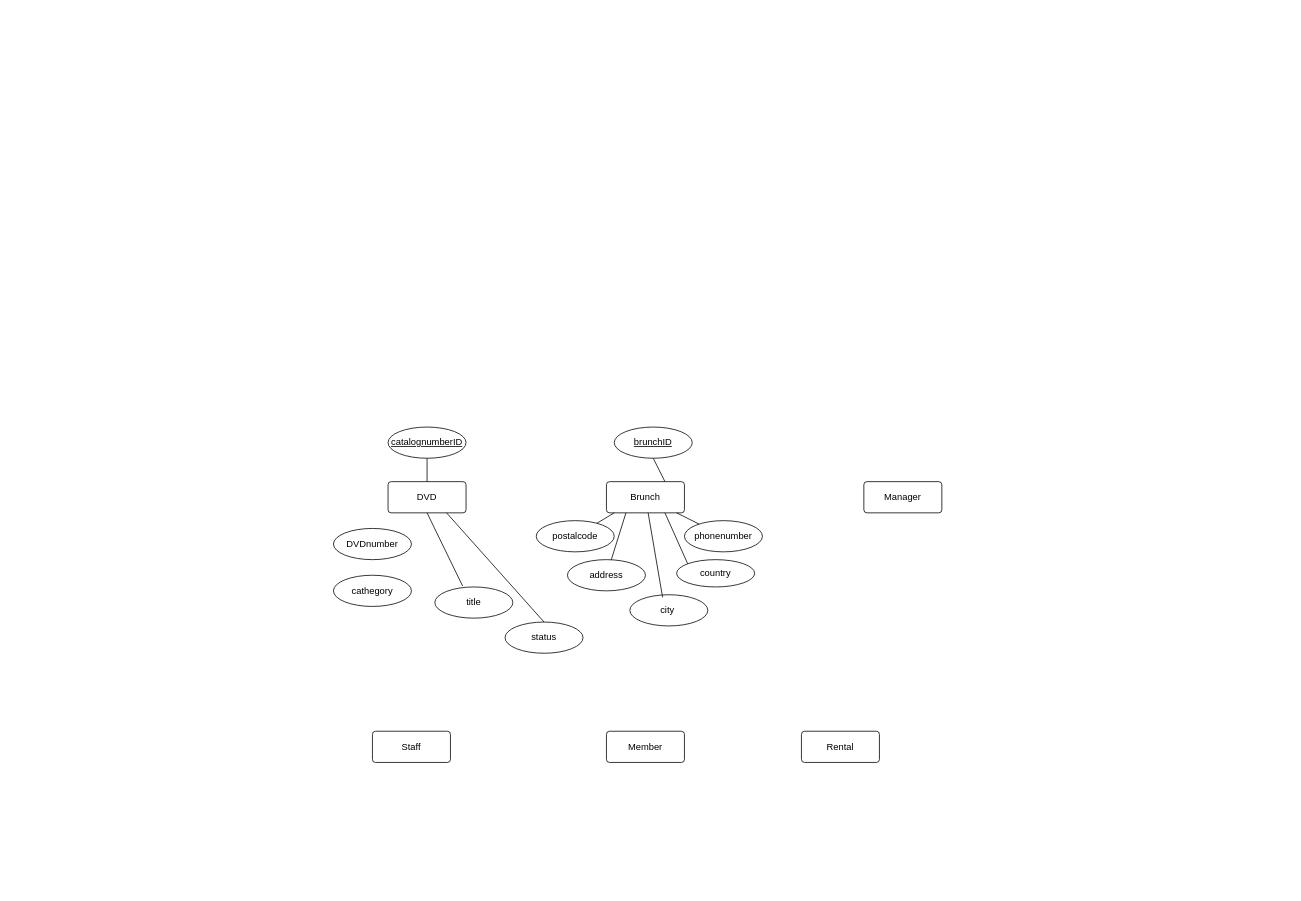
Above: page "Page-1" (1 of 2) of Untitled Diagram.drawio in Monika0070/digitech (draw.io), before the change. Source tidied: cells renumbered, new cells numbered last; positions are measured from the earlier drawing's top-left corner, leaving out a move shared by most shapes. Both pictures are drawn from the tidied source at 78%, with x=0, y=0 at pixel (333, 427).
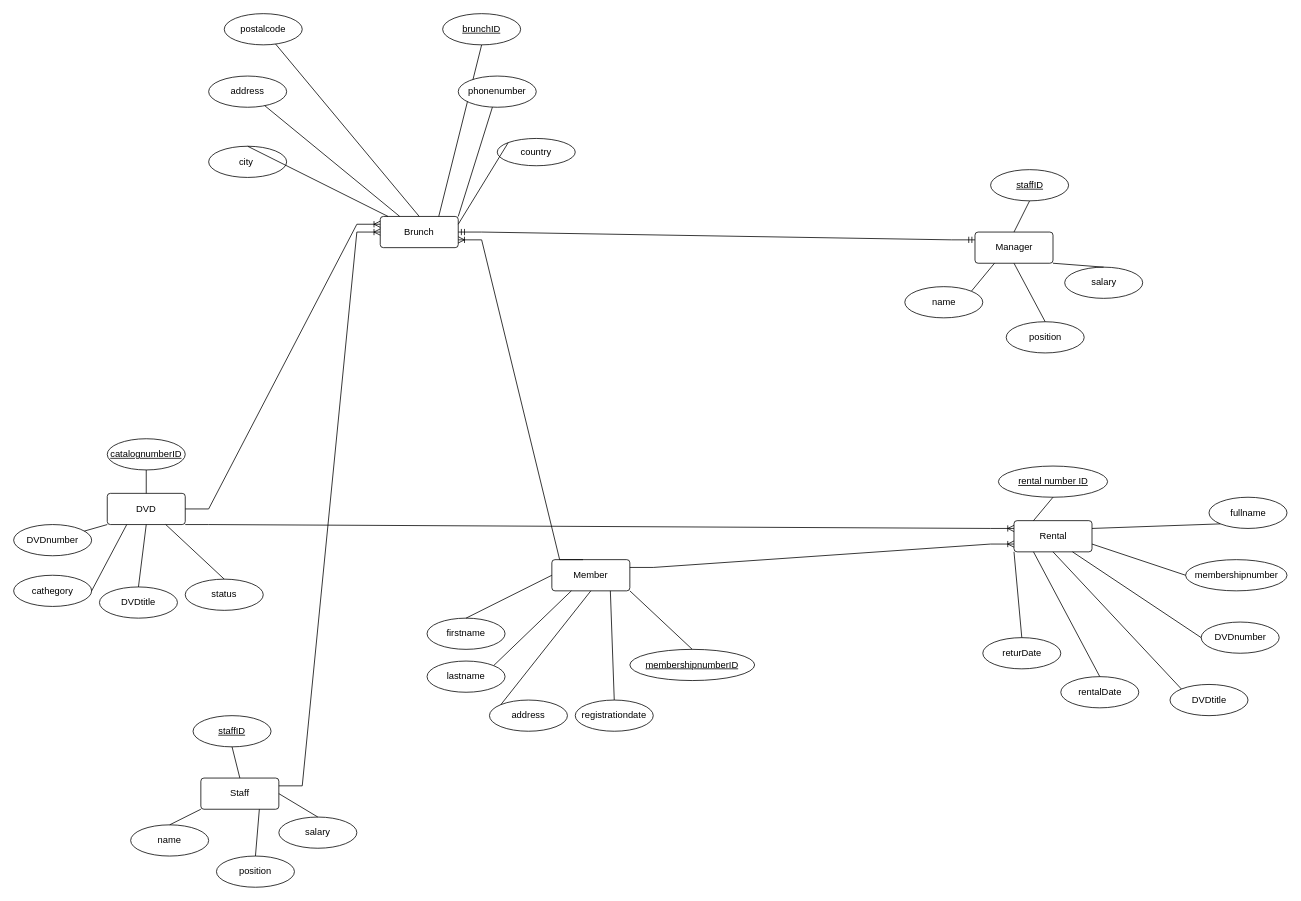
The same page after the edit.

The edit, as a diff of the source:
```diff
@@
     <mxCell id="2" value="DVD" style="rounded=1;arcSize=10;whiteSpace=wrap;html=1;align=center;" parent="1" vertex="1">
-      <mxGeometry x="70" y="70" width="100" height="40" as="geometry" />
+      <mxGeometry x="-290" y="85" width="100" height="40" as="geometry" />
     </mxCell>
     <mxCell id="3" value="Brunch" style="rounded=1;arcSize=10;whiteSpace=wrap;html=1;align=center;" parent="1" vertex="1">
-      <mxGeometry x="350" y="70" width="100" height="40" as="geometry" />
+      <mxGeometry x="60" y="-270" width="100" height="40" as="geometry" />
     </mxCell>
     <mxCell id="4" value="Manager" style="rounded=1;arcSize=10;whiteSpace=wrap;html=1;align=center;" parent="1" vertex="1">
-      <mxGeometry x="680" y="70" width="100" height="40" as="geometry" />
+      <mxGeometry x="822.5" y="-250" width="100" height="40" as="geometry" />
     </mxCell>
     <mxCell id="5" value="Staff" style="rounded=1;arcSize=10;whiteSpace=wrap;html=1;align=center;" parent="1" vertex="1">
-      <mxGeometry x="50" y="390" width="100" height="40" as="geometry" />
+      <mxGeometry x="-170" y="450" width="100" height="40" as="geometry" />
     </mxCell>
     <mxCell id="6" value="Member" style="rounded=1;arcSize=10;whiteSpace=wrap;html=1;align=center;" parent="1" vertex="1">
-      <mxGeometry x="350" y="390" width="100" height="40" as="geometry" />
+      <mxGeometry x="280" y="170" width="100" height="40" as="geometry" />
     </mxCell>
     <mxCell id="7" value="Rental" style="rounded=1;arcSize=10;whiteSpace=wrap;html=1;align=center;" parent="1" vertex="1">
-      <mxGeometry x="600" y="390" width="100" height="40" as="geometry" />
+      <mxGeometry x="872.5" y="120" width="100" height="40" as="geometry" />
     </mxCell>
     <mxCell id="8" value="brunchID" style="ellipse;whiteSpace=wrap;html=1;align=center;fontStyle=4;" parent="1" vertex="1">
-      <mxGeometry x="360" width="100" height="40" as="geometry" />
+      <mxGeometry x="140" y="-530" width="100" height="40" as="geometry" />
     </mxCell>
@@
     <mxCell id="10" value="address" style="ellipse;whiteSpace=wrap;html=1;align=center;" parent="1" vertex="1">
-      <mxGeometry x="300" y="170" width="100" height="40" as="geometry" />
+      <mxGeometry x="-160" y="-450" width="100" height="40" as="geometry" />
     </mxCell>
     <mxCell id="11" value="postalcode" style="ellipse;whiteSpace=wrap;html=1;align=center;" parent="1" vertex="1">
-      <mxGeometry x="260" y="120" width="100" height="40" as="geometry" />
+      <mxGeometry x="-140" y="-530" width="100" height="40" as="geometry" />
     </mxCell>
     <mxCell id="12" value="city&amp;nbsp;" style="ellipse;whiteSpace=wrap;html=1;align=center;" parent="1" vertex="1">
-      <mxGeometry x="380" y="215" width="100" height="40" as="geometry" />
+      <mxGeometry x="-160" y="-360" width="100" height="40" as="geometry" />
     </mxCell>
     <mxCell id="13" value="country" style="ellipse;whiteSpace=wrap;html=1;align=center;" parent="1" vertex="1">
-      <mxGeometry x="440" y="170" width="100" height="35" as="geometry" />
+      <mxGeometry x="210" y="-370" width="100" height="35" as="geometry" />
     </mxCell>
     <mxCell id="14" value="phonenumber" style="ellipse;whiteSpace=wrap;html=1;align=center;" parent="1" vertex="1">
-      <mxGeometry x="450" y="120" width="100" height="40" as="geometry" />
+      <mxGeometry x="160" y="-450" width="100" height="40" as="geometry" />
     </mxCell>
-    <mxCell id="15" style="endArrow=none;html=1;rounded=0;entryX=0.42;entryY=0.085;entryDx=0;entryDy=0;entryPerimeter=0;" parent="1" edge="1" source="3" target="12">
+    <mxCell id="15" style="endArrow=none;html=1;rounded=0;entryX=0.5;entryY=0;entryDx=0;entryDy=0;" parent="1" edge="1" source="3" target="12">
       <mxGeometry relative="1" as="geometry" />
     </mxCell>
-    <mxCell id="16" style="endArrow=none;html=1;rounded=0;exitX=0.9;exitY=1;exitDx=0;exitDy=0;exitPerimeter=0;" parent="1" edge="1" source="3" target="14">
+    <mxCell id="16" style="endArrow=none;html=1;rounded=0;exitX=1;exitY=0;exitDx=0;exitDy=0;" parent="1" edge="1" source="3" target="14">
       <mxGeometry relative="1" as="geometry" />
     </mxCell>
-    <mxCell id="17" style="endArrow=none;html=1;rounded=0;exitX=0.75;exitY=1;exitDx=0;exitDy=0;entryX=0;entryY=0;entryDx=0;entryDy=0;" parent="1" edge="1" source="3" target="13">
+    <mxCell id="17" style="endArrow=none;html=1;rounded=0;exitX=1;exitY=0.25;exitDx=0;exitDy=0;entryX=0;entryY=0;entryDx=0;entryDy=0;" parent="1" edge="1" source="3" target="13">
       <mxGeometry relative="1" as="geometry" />
     </mxCell>
-    <mxCell id="18" style="endArrow=none;html=1;rounded=0;exitX=0.25;exitY=1;exitDx=0;exitDy=0;" parent="1" edge="1" source="3" target="10">
+    <mxCell id="18" style="endArrow=none;html=1;rounded=0;exitX=0.25;exitY=0;exitDx=0;exitDy=0;" parent="1" edge="1" source="3" target="10">
       <mxGeometry relative="1" as="geometry" />
     </mxCell>
-    <mxCell id="19" style="endArrow=none;html=1;rounded=0;" parent="1" edge="1" target="11">
-      <mxGeometry relative="1" as="geometry">
-        <mxPoint x="360" y="110" as="sourcePoint" />
-      </mxGeometry>
+    <mxCell id="19" style="endArrow=none;html=1;rounded=0;exitX=0.5;exitY=0;exitDx=0;exitDy=0;" parent="1" edge="1" source="3" target="11">
+      <mxGeometry relative="1" as="geometry" />
     </mxCell>
     <mxCell id="20" value="catalognumberID" style="ellipse;whiteSpace=wrap;html=1;align=center;fontStyle=4;" parent="1" vertex="1">
-      <mxGeometry x="70" width="100" height="40" as="geometry" />
+      <mxGeometry x="-290" y="15" width="100" height="40" as="geometry" />
     </mxCell>
@@
     <mxCell id="22" value="DVDnumber" style="ellipse;whiteSpace=wrap;html=1;align=center;" parent="1" vertex="1">
-      <mxGeometry y="130" width="100" height="40" as="geometry" />
+      <mxGeometry x="-410" y="125" width="100" height="40" as="geometry" />
     </mxCell>
     <mxCell id="23" value="cathegory" style="ellipse;whiteSpace=wrap;html=1;align=center;" parent="1" vertex="1">
-      <mxGeometry y="190" width="100" height="40" as="geometry" />
+      <mxGeometry x="-410" y="190" width="100" height="40" as="geometry" />
     </mxCell>
-    <mxCell id="24" value="title" style="ellipse;whiteSpace=wrap;html=1;align=center;" parent="1" vertex="1">
-      <mxGeometry x="130" y="205" width="100" height="40" as="geometry" />
+    <mxCell id="24" value="DVDtitle" style="ellipse;whiteSpace=wrap;html=1;align=center;" parent="1" vertex="1">
+      <mxGeometry x="-300" y="205" width="100" height="40" as="geometry" />
     </mxCell>
     <mxCell id="25" value="status" style="ellipse;whiteSpace=wrap;html=1;align=center;" parent="1" vertex="1">
-      <mxGeometry x="220" y="250" width="100" height="40" as="geometry" />
+      <mxGeometry x="-190" y="195" width="100" height="40" as="geometry" />
     </mxCell>
-    <mxCell id="26" style="endArrow=none;html=1;rounded=0;entryX=0.356;entryY=-0.03;entryDx=0;entryDy=0;entryPerimeter=0;exitX=0.5;exitY=1;exitDx=0;exitDy=0;" parent="1" edge="1" source="2" target="24">
+    <mxCell id="26" style="endArrow=none;html=1;rounded=0;entryX=0.5;entryY=0;entryDx=0;entryDy=0;exitX=0.5;exitY=1;exitDx=0;exitDy=0;" parent="1" edge="1" source="2" target="24">
       <mxGeometry relative="1" as="geometry" />
     </mxCell>
@@
+    <mxCell id="28" style="endArrow=none;html=1;rounded=0;entryX=0;entryY=1;entryDx=0;entryDy=0;" parent="1" edge="1" source="22" target="2">
+      <mxGeometry relative="1" as="geometry" />
+    </mxCell>
+    <mxCell id="29" style="endArrow=none;html=1;rounded=0;exitX=1;exitY=0.5;exitDx=0;exitDy=0;entryX=0.25;entryY=1;entryDx=0;entryDy=0;" parent="1" edge="1" source="23" target="2">
+      <mxGeometry relative="1" as="geometry" />
+    </mxCell>
+    <mxCell id="30" value="staffID" style="ellipse;whiteSpace=wrap;html=1;align=center;fontStyle=4;" parent="1" vertex="1">
+      <mxGeometry x="-180" y="370" width="100" height="40" as="geometry" />
+    </mxCell>
+    <mxCell id="31" value="salary" style="ellipse;whiteSpace=wrap;html=1;align=center;" parent="1" vertex="1">
+      <mxGeometry x="-70" y="500" width="100" height="40" as="geometry" />
+    </mxCell>
+    <mxCell id="32" value="position" style="ellipse;whiteSpace=wrap;html=1;align=center;" parent="1" vertex="1">
+      <mxGeometry x="-150" y="550" width="100" height="40" as="geometry" />
+    </mxCell>
+    <mxCell id="33" value="name" style="ellipse;whiteSpace=wrap;html=1;align=center;" parent="1" vertex="1">
+      <mxGeometry x="-260" y="510" width="100" height="40" as="geometry" />
+    </mxCell>
+    <mxCell id="34" style="endArrow=none;html=1;rounded=0;exitX=0.5;exitY=0;exitDx=0;exitDy=0;entryX=0.5;entryY=1;entryDx=0;entryDy=0;" parent="1" edge="1" source="5" target="30">
+      <mxGeometry relative="1" as="geometry" />
+    </mxCell>
+    <mxCell id="35" style="endArrow=none;html=1;rounded=0;exitX=0.5;exitY=0;exitDx=0;exitDy=0;entryX=1;entryY=0.5;entryDx=0;entryDy=0;" parent="1" edge="1" source="31" target="5">
+      <mxGeometry relative="1" as="geometry" />
+    </mxCell>
+    <mxCell id="36" style="endArrow=none;html=1;rounded=0;exitX=0.5;exitY=0;exitDx=0;exitDy=0;entryX=0.75;entryY=1;entryDx=0;entryDy=0;" parent="1" edge="1" source="32" target="5">
+      <mxGeometry relative="1" as="geometry" />
+    </mxCell>
+    <mxCell id="37" style="endArrow=none;html=1;rounded=0;exitX=0.5;exitY=0;exitDx=0;exitDy=0;entryX=0;entryY=1;entryDx=0;entryDy=0;" parent="1" edge="1" source="33" target="5">
+      <mxGeometry relative="1" as="geometry" />
+    </mxCell>
+    <mxCell id="38" value="membershipnumberID" style="ellipse;whiteSpace=wrap;html=1;align=center;fontStyle=4;" parent="1" vertex="1">
+      <mxGeometry x="380" y="285" width="160" height="40" as="geometry" />
+    </mxCell>
+    <mxCell id="39" value="registrationdate" style="ellipse;whiteSpace=wrap;html=1;align=center;" parent="1" vertex="1">
+      <mxGeometry x="310" y="350" width="100" height="40" as="geometry" />
+    </mxCell>
+    <mxCell id="40" value="address" style="ellipse;whiteSpace=wrap;html=1;align=center;" parent="1" vertex="1">
+      <mxGeometry x="200" y="350" width="100" height="40" as="geometry" />
+    </mxCell>
+    <mxCell id="41" value="lastname" style="ellipse;whiteSpace=wrap;html=1;align=center;" parent="1" vertex="1">
+      <mxGeometry x="120" y="300" width="100" height="40" as="geometry" />
+    </mxCell>
+    <mxCell id="42" value="firstname" style="ellipse;whiteSpace=wrap;html=1;align=center;" parent="1" vertex="1">
+      <mxGeometry x="120" y="245" width="100" height="40" as="geometry" />
+    </mxCell>
+    <mxCell id="43" style="endArrow=none;html=1;rounded=0;exitX=1;exitY=1;exitDx=0;exitDy=0;entryX=0.5;entryY=0;entryDx=0;entryDy=0;" parent="1" edge="1" source="6" target="38">
+      <mxGeometry relative="1" as="geometry" />
+    </mxCell>
+    <mxCell id="44" style="endArrow=none;html=1;rounded=0;exitX=0.5;exitY=0;exitDx=0;exitDy=0;entryX=0;entryY=0.5;entryDx=0;entryDy=0;" parent="1" edge="1" source="42" target="6">
+      <mxGeometry relative="1" as="geometry" />
+    </mxCell>
+    <mxCell id="45" style="endArrow=none;html=1;rounded=0;entryX=1;entryY=0;entryDx=0;entryDy=0;exitX=0.25;exitY=1;exitDx=0;exitDy=0;" parent="1" edge="1" source="6" target="41">
+      <mxGeometry relative="1" as="geometry" />
+    </mxCell>
+    <mxCell id="46" style="endArrow=none;html=1;rounded=0;entryX=0;entryY=0;entryDx=0;entryDy=0;exitX=0.5;exitY=1;exitDx=0;exitDy=0;" parent="1" edge="1" source="6" target="40">
+      <mxGeometry relative="1" as="geometry" />
+    </mxCell>
+    <mxCell id="47" style="endArrow=none;html=1;rounded=0;entryX=0.5;entryY=0;entryDx=0;entryDy=0;exitX=0.75;exitY=1;exitDx=0;exitDy=0;" parent="1" edge="1" source="6" target="39">
+      <mxGeometry relative="1" as="geometry" />
+    </mxCell>
+    <mxCell id="48" value="rental number ID" style="ellipse;whiteSpace=wrap;html=1;align=center;fontStyle=4;" parent="1" vertex="1">
+      <mxGeometry x="852.5" y="50" width="140" height="40" as="geometry" />
+    </mxCell>
+    <mxCell id="49" value="returDate" style="ellipse;whiteSpace=wrap;html=1;align=center;" parent="1" vertex="1">
+      <mxGeometry x="832.5" y="270" width="100" height="40" as="geometry" />
+    </mxCell>
+    <mxCell id="50" value="rentalDate" style="ellipse;whiteSpace=wrap;html=1;align=center;" parent="1" vertex="1">
+      <mxGeometry x="932.5" y="320" width="100" height="40" as="geometry" />
+    </mxCell>
+    <mxCell id="51" value="DVDtitle" style="ellipse;whiteSpace=wrap;html=1;align=center;" parent="1" vertex="1">
+      <mxGeometry x="1072.5" y="330" width="100" height="40" as="geometry" />
+    </mxCell>
+    <mxCell id="52" value="DVDnumber" style="ellipse;whiteSpace=wrap;html=1;align=center;" parent="1" vertex="1">
+      <mxGeometry x="1112.5" y="250" width="100" height="40" as="geometry" />
+    </mxCell>
+    <mxCell id="53" value="membershipnumber" style="ellipse;whiteSpace=wrap;html=1;align=center;" parent="1" vertex="1">
+      <mxGeometry x="1092.5" y="170" width="130" height="40" as="geometry" />
+    </mxCell>
+    <mxCell id="54" value="fullname" style="ellipse;whiteSpace=wrap;html=1;align=center;" parent="1" vertex="1">
+      <mxGeometry x="1122.5" y="90" width="100" height="40" as="geometry" />
+    </mxCell>
+    <mxCell id="55" style="endArrow=none;html=1;rounded=0;exitX=0.25;exitY=0;exitDx=0;exitDy=0;entryX=0.5;entryY=1;entryDx=0;entryDy=0;" parent="1" edge="1" source="7" target="48">
+      <mxGeometry relative="1" as="geometry" />
+    </mxCell>
+    <mxCell id="56" style="endArrow=none;html=1;rounded=0;exitX=0.5;exitY=0;exitDx=0;exitDy=0;entryX=0;entryY=1;entryDx=0;entryDy=0;" parent="1" edge="1" source="49" target="7">
+      <mxGeometry relative="1" as="geometry" />
+    </mxCell>
+    <mxCell id="57" style="endArrow=none;html=1;rounded=0;exitX=0.5;exitY=0;exitDx=0;exitDy=0;entryX=0.25;entryY=1;entryDx=0;entryDy=0;" parent="1" edge="1" source="50" target="7">
+      <mxGeometry relative="1" as="geometry" />
+    </mxCell>
+    <mxCell id="58" style="endArrow=none;html=1;rounded=0;exitX=0;exitY=0;exitDx=0;exitDy=0;entryX=0.5;entryY=1;entryDx=0;entryDy=0;" parent="1" edge="1" source="51" target="7">
+      <mxGeometry relative="1" as="geometry" />
+    </mxCell>
+    <mxCell id="59" style="endArrow=none;html=1;rounded=0;exitX=0.75;exitY=1;exitDx=0;exitDy=0;entryX=0;entryY=0.5;entryDx=0;entryDy=0;" parent="1" edge="1" source="7" target="52">
+      <mxGeometry relative="1" as="geometry" />
+    </mxCell>
+    <mxCell id="60" style="endArrow=none;html=1;rounded=0;exitX=1;exitY=0.75;exitDx=0;exitDy=0;entryX=0;entryY=0.5;entryDx=0;entryDy=0;" parent="1" edge="1" source="7" target="53">
+      <mxGeometry relative="1" as="geometry" />
+    </mxCell>
+    <mxCell id="61" style="endArrow=none;html=1;rounded=0;exitX=1;exitY=0.25;exitDx=0;exitDy=0;entryX=0;entryY=1;entryDx=0;entryDy=0;" parent="1" edge="1" source="7" target="54">
+      <mxGeometry relative="1" as="geometry" />
+    </mxCell>
+    <mxCell id="62" value="staffID" style="ellipse;whiteSpace=wrap;html=1;align=center;fontStyle=4;" parent="1" vertex="1">
+      <mxGeometry x="842.5" y="-330" width="100" height="40" as="geometry" />
+    </mxCell>
+    <mxCell id="63" value="name" style="ellipse;whiteSpace=wrap;html=1;align=center;" parent="1" vertex="1">
+      <mxGeometry x="732.5" y="-180" width="100" height="40" as="geometry" />
+    </mxCell>
+    <mxCell id="64" value="position" style="ellipse;whiteSpace=wrap;html=1;align=center;" parent="1" vertex="1">
+      <mxGeometry x="862.5" y="-135" width="100" height="40" as="geometry" />
+    </mxCell>
+    <mxCell id="65" value="salary" style="ellipse;whiteSpace=wrap;html=1;align=center;" parent="1" vertex="1">
+      <mxGeometry x="937.5" y="-205" width="100" height="40" as="geometry" />
+    </mxCell>
+    <mxCell id="66" style="endArrow=none;html=1;rounded=0;exitX=0.5;exitY=1;exitDx=0;exitDy=0;entryX=0.5;entryY=0;entryDx=0;entryDy=0;" parent="1" edge="1" source="62" target="4">
+      <mxGeometry relative="1" as="geometry" />
+    </mxCell>
+    <mxCell id="67" style="endArrow=none;html=1;rounded=0;entryX=1;entryY=0;entryDx=0;entryDy=0;exitX=0.25;exitY=1;exitDx=0;exitDy=0;" parent="1" edge="1" source="4" target="63">
+      <mxGeometry relative="1" as="geometry" />
+    </mxCell>
+    <mxCell id="68" style="endArrow=none;html=1;rounded=0;exitX=0.5;exitY=0;exitDx=0;exitDy=0;entryX=0.5;entryY=1;entryDx=0;entryDy=0;" parent="1" edge="1" source="64" target="4">
+      <mxGeometry relative="1" as="geometry" />
+    </mxCell>
+    <mxCell id="69" style="endArrow=none;html=1;rounded=0;exitX=1;exitY=1;exitDx=0;exitDy=0;entryX=0.5;entryY=0;entryDx=0;entryDy=0;" parent="1" edge="1" source="4" target="65">
+      <mxGeometry relative="1" as="geometry" />
+    </mxCell>
+    <mxCell id="70" style="edgeStyle=entityRelationEdgeStyle;fontSize=12;html=1;endArrow=ERoneToMany;rounded=0;exitX=1;exitY=0.25;exitDx=0;exitDy=0;" parent="1" edge="1" source="5" target="3">
+      <mxGeometry relative="1" as="geometry" />
+    </mxCell>
+    <mxCell id="71" style="edgeStyle=entityRelationEdgeStyle;fontSize=12;html=1;endArrow=ERmandOne;startArrow=ERmandOne;rounded=0;exitX=1;exitY=0.5;exitDx=0;exitDy=0;entryX=0;entryY=0.25;entryDx=0;entryDy=0;" parent="1" edge="1" source="3" target="4">
+      <mxGeometry relative="1" as="geometry" />
+    </mxCell>
+    <mxCell id="72" style="edgeStyle=entityRelationEdgeStyle;fontSize=12;html=1;endArrow=ERoneToMany;rounded=0;entryX=1;entryY=0.75;entryDx=0;entryDy=0;exitX=0.4;exitY=0;exitDx=0;exitDy=0;exitPerimeter=0;" parent="1" edge="1" source="6" target="3">
+      <mxGeometry relative="1" as="geometry" />
+    </mxCell>
+    <mxCell id="73" style="edgeStyle=entityRelationEdgeStyle;fontSize=12;html=1;endArrow=ERoneToMany;rounded=0;exitX=1;exitY=0.5;exitDx=0;exitDy=0;entryX=0;entryY=0.25;entryDx=0;entryDy=0;" parent="1" edge="1" source="2" target="3">
+      <mxGeometry relative="1" as="geometry" />
+    </mxCell>
+    <mxCell id="74" style="edgeStyle=entityRelationEdgeStyle;fontSize=12;html=1;endArrow=ERoneToMany;rounded=0;exitX=1;exitY=1;exitDx=0;exitDy=0;entryX=0;entryY=0.25;entryDx=0;entryDy=0;" parent="1" edge="1" source="2" target="7">
+      <mxGeometry relative="1" as="geometry" />
+    </mxCell>
+    <mxCell id="75" style="edgeStyle=entityRelationEdgeStyle;fontSize=12;html=1;endArrow=ERoneToMany;rounded=0;exitX=1;exitY=0.25;exitDx=0;exitDy=0;entryX=0;entryY=0.75;entryDx=0;entryDy=0;" parent="1" edge="1" source="6" target="7">
+      <mxGeometry relative="1" as="geometry" />
+    </mxCell>
```
